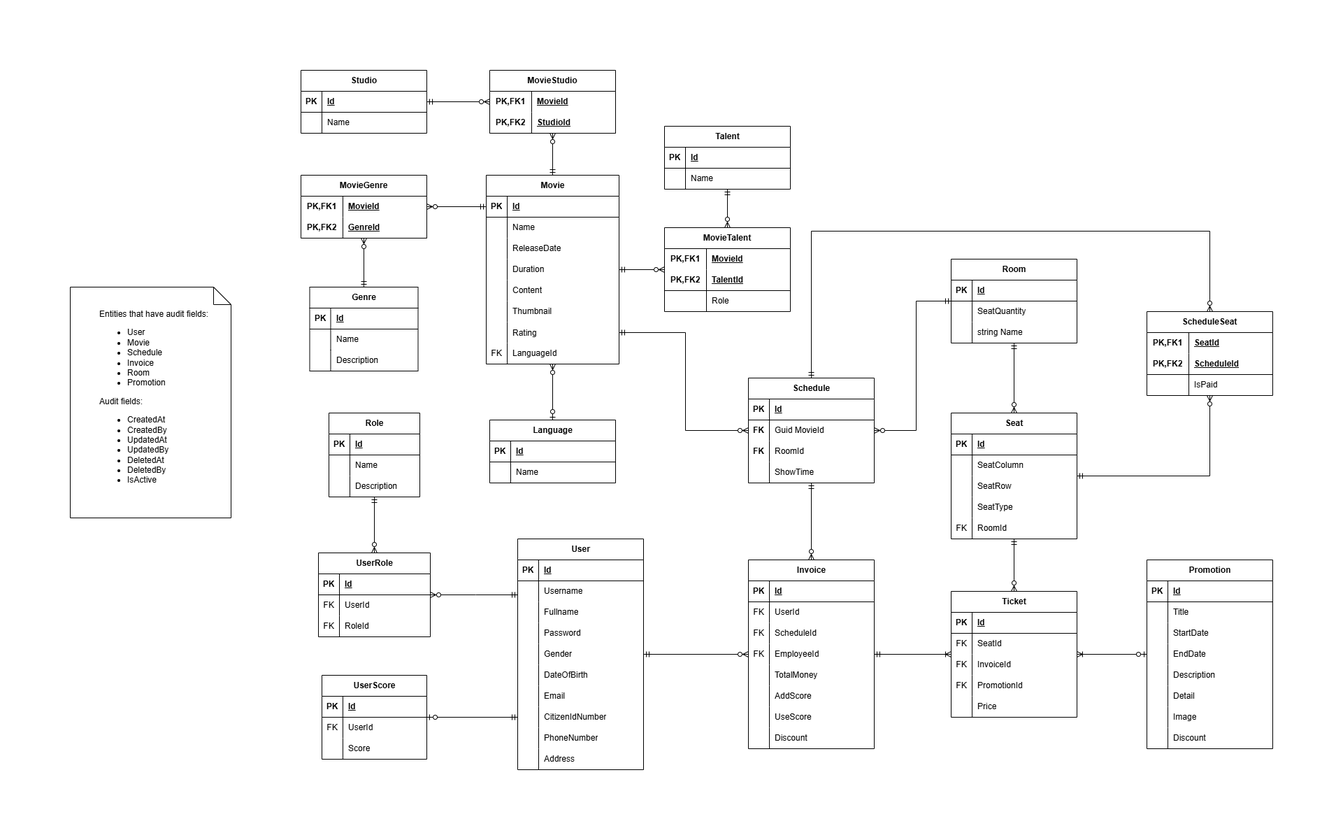
Above: design/database/ERD.png in MrAn1204/MovieManagementSystem (draw.io), before the change. Source tidied: cells renumbered, new cells last; positions are measured from the earlier drawing's top-left corner, leaving out a move shared by most shapes.
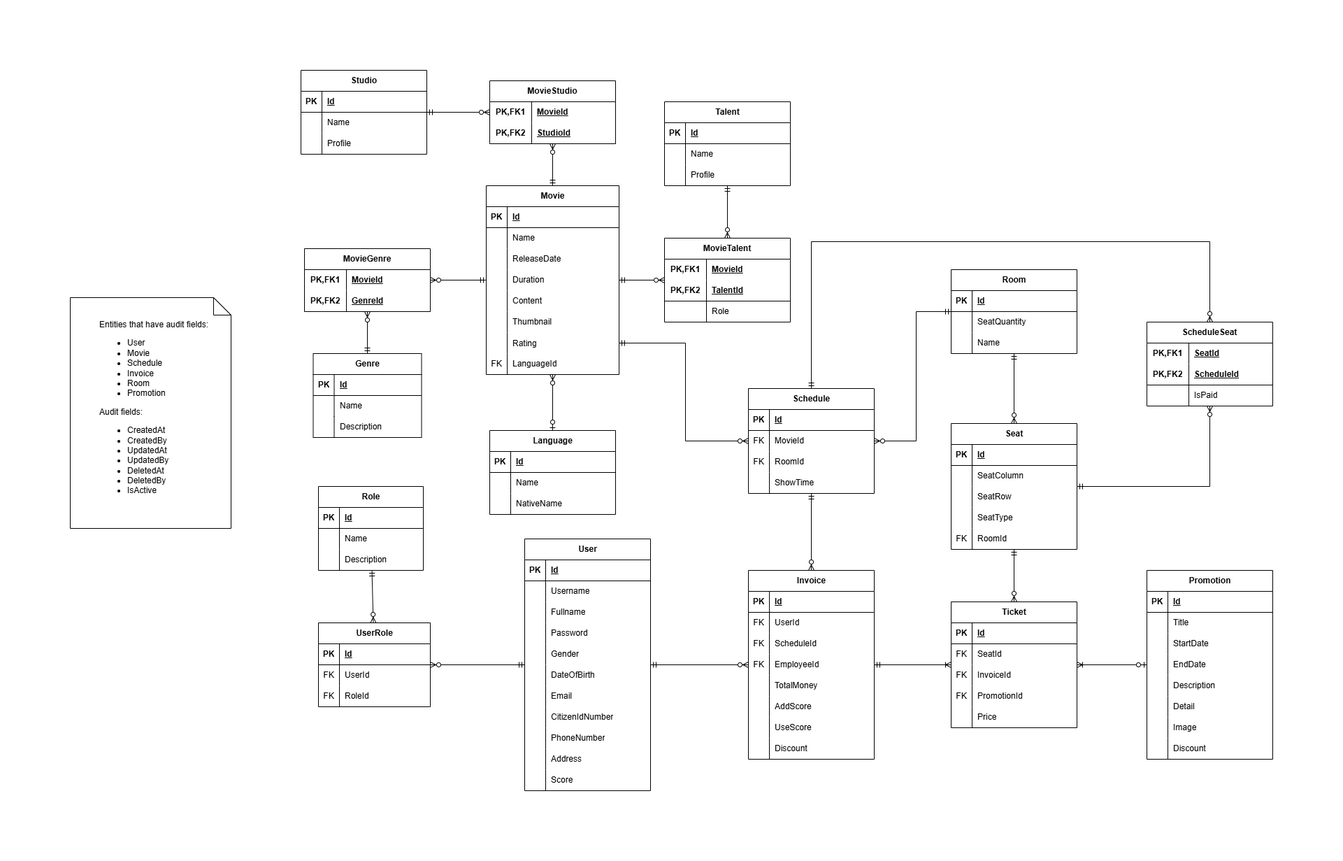
Later version of the same file.

Commit message:
Merge UserScore with User. Add NativeName to Language. Add Profile to Talent and Studio

Diff of the diagram source:
```diff
@@ -31,3 +31,3 @@
     </mxCell>
-    <mxCell id="11" value="string Name" style="shape=partialRectangle;fillColor=none;top=0;left=0;bottom=0;right=0;align=left;spacingLeft=6;overflow=hidden;whiteSpace=wrap;html=1;" parent="9" vertex="1">
+    <mxCell id="11" value="Name" style="shape=partialRectangle;fillColor=none;top=0;left=0;bottom=0;right=0;align=left;spacingLeft=6;overflow=hidden;whiteSpace=wrap;html=1;" parent="9" vertex="1">
       <mxGeometry x="30" width="150" height="30" as="geometry" />
@@ -35,3 +35,3 @@
     <mxCell id="12" value="User" style="shape=table;startSize=30;rowLines=0;fontStyle=1;align=center;html=1;" parent="1" vertex="1">
-      <mxGeometry x="640" y="670" width="180" height="330" as="geometry" />
+      <mxGeometry x="650" y="655" width="180" height="360" as="geometry" />
     </mxCell>
@@ -127,2 +127,11 @@
     </mxCell>
+    <mxCell id="107" style="shape=tableRow;horizontal=0;startSize=0;swimlaneHead=0;swimlaneBody=0;fillColor=none;top=0;left=0;right=0;bottom=0;" parent="12" vertex="1">
+      <mxGeometry y="330" width="180" height="30" as="geometry" />
+    </mxCell>
+    <mxCell id="108" style="shape=partialRectangle;fillColor=none;top=0;left=0;bottom=0;right=0;overflow=hidden;whiteSpace=wrap;html=1;" parent="107" vertex="1">
+      <mxGeometry width="30" height="30" as="geometry" />
+    </mxCell>
+    <mxCell id="109" value="Score" style="shape=partialRectangle;fillColor=none;top=0;left=0;bottom=0;right=0;align=left;spacingLeft=6;overflow=hidden;whiteSpace=wrap;html=1;" parent="107" vertex="1">
+      <mxGeometry x="30" width="150" height="30" as="geometry" />
+    </mxCell>
     <mxCell id="43" value="Seat" style="shape=table;startSize=30;rowLines=0;fontStyle=1;align=center;html=1;" parent="1" vertex="1">
@@ -298,37 +307,7 @@
     </mxCell>
-    <mxCell id="100" value="UserScore" style="shape=table;startSize=30;rowLines=0;fontStyle=1;align=center;html=1;" parent="1" vertex="1">
-      <mxGeometry x="360" y="865" width="150" height="120" as="geometry" />
-    </mxCell>
-    <mxCell id="101" style="shape=tableRow;horizontal=0;startSize=0;swimlaneHead=0;swimlaneBody=0;fillColor=none;top=0;left=0;right=0;bottom=1;" parent="100" vertex="1">
-      <mxGeometry y="30" width="150" height="30" as="geometry" />
-    </mxCell>
-    <mxCell id="102" value="PK" style="shape=partialRectangle;fillColor=none;top=0;left=0;bottom=0;right=0;fontStyle=1;overflow=hidden;whiteSpace=wrap;html=1;" parent="101" vertex="1">
-      <mxGeometry width="30" height="30" as="geometry" />
-    </mxCell>
-    <mxCell id="103" value="Id" style="shape=partialRectangle;fillColor=none;top=0;left=0;bottom=0;right=0;align=left;spacingLeft=6;fontStyle=5;overflow=hidden;whiteSpace=wrap;html=1;" parent="101" vertex="1">
-      <mxGeometry x="30" width="120" height="30" as="geometry" />
-    </mxCell>
-    <mxCell id="104" style="shape=tableRow;horizontal=0;startSize=0;swimlaneHead=0;swimlaneBody=0;fillColor=none;top=0;left=0;right=0;bottom=0;" parent="100" vertex="1">
-      <mxGeometry y="60" width="150" height="30" as="geometry" />
-    </mxCell>
-    <mxCell id="105" value="FK" style="shape=partialRectangle;fillColor=none;top=0;left=0;bottom=0;right=0;overflow=hidden;whiteSpace=wrap;html=1;" parent="104" vertex="1">
-      <mxGeometry width="30" height="30" as="geometry" />
-    </mxCell>
-    <mxCell id="106" value="UserId" style="shape=partialRectangle;fillColor=none;top=0;left=0;bottom=0;right=0;align=left;spacingLeft=6;overflow=hidden;whiteSpace=wrap;html=1;" parent="104" vertex="1">
-      <mxGeometry x="30" width="120" height="30" as="geometry" />
-    </mxCell>
-    <mxCell id="107" style="shape=tableRow;horizontal=0;startSize=0;swimlaneHead=0;swimlaneBody=0;fillColor=none;top=0;left=0;right=0;bottom=0;" parent="100" vertex="1">
-      <mxGeometry y="90" width="150" height="30" as="geometry" />
-    </mxCell>
-    <mxCell id="108" style="shape=partialRectangle;fillColor=none;top=0;left=0;bottom=0;right=0;overflow=hidden;whiteSpace=wrap;html=1;" parent="107" vertex="1">
-      <mxGeometry width="30" height="30" as="geometry" />
-    </mxCell>
-    <mxCell id="109" value="Score" style="shape=partialRectangle;fillColor=none;top=0;left=0;bottom=0;right=0;align=left;spacingLeft=6;overflow=hidden;whiteSpace=wrap;html=1;" parent="107" vertex="1">
-      <mxGeometry x="30" width="120" height="30" as="geometry" />
-    </mxCell>
     <mxCell id="110" value="Role" style="shape=table;startSize=30;rowLines=0;fontStyle=1;align=center;html=1;" parent="1" vertex="1">
-      <mxGeometry x="370" y="490" width="130" height="120" as="geometry" />
+      <mxGeometry x="355" y="580" width="150" height="120" as="geometry" />
     </mxCell>
     <mxCell id="111" style="shape=tableRow;horizontal=0;startSize=0;swimlaneHead=0;swimlaneBody=0;fillColor=none;top=0;left=0;right=0;bottom=1;" parent="110" vertex="1">
-      <mxGeometry y="30" width="130" height="30" as="geometry" />
+      <mxGeometry y="30" width="150" height="30" as="geometry" />
     </mxCell>
@@ -338,6 +317,6 @@
     <mxCell id="113" value="Id" style="shape=partialRectangle;fillColor=none;top=0;left=0;bottom=0;right=0;align=left;spacingLeft=6;fontStyle=5;overflow=hidden;whiteSpace=wrap;html=1;" parent="111" vertex="1">
-      <mxGeometry x="30" width="100" height="30" as="geometry" />
+      <mxGeometry x="30" width="120" height="30" as="geometry" />
     </mxCell>
     <mxCell id="114" style="shape=tableRow;horizontal=0;startSize=0;swimlaneHead=0;swimlaneBody=0;fillColor=none;top=0;left=0;right=0;bottom=0;" parent="110" vertex="1">
-      <mxGeometry y="60" width="130" height="30" as="geometry" />
+      <mxGeometry y="60" width="150" height="30" as="geometry" />
     </mxCell>
@@ -347,6 +326,6 @@
     <mxCell id="116" value="Name" style="shape=partialRectangle;fillColor=none;top=0;left=0;bottom=0;right=0;align=left;spacingLeft=6;overflow=hidden;whiteSpace=wrap;html=1;" parent="114" vertex="1">
-      <mxGeometry x="30" width="100" height="30" as="geometry" />
+      <mxGeometry x="30" width="120" height="30" as="geometry" />
     </mxCell>
     <mxCell id="117" style="shape=tableRow;horizontal=0;startSize=0;swimlaneHead=0;swimlaneBody=0;fillColor=none;top=0;left=0;right=0;bottom=0;" parent="110" vertex="1">
-      <mxGeometry y="90" width="130" height="30" as="geometry" />
+      <mxGeometry y="90" width="150" height="30" as="geometry" />
     </mxCell>
@@ -356,3 +335,3 @@
     <mxCell id="119" value="Description" style="shape=partialRectangle;fillColor=none;top=0;left=0;bottom=0;right=0;align=left;spacingLeft=6;overflow=hidden;whiteSpace=wrap;html=1;" parent="117" vertex="1">
-      <mxGeometry x="30" width="100" height="30" as="geometry" />
+      <mxGeometry x="30" width="120" height="30" as="geometry" />
     </mxCell>
@@ -445,3 +424,3 @@
     <mxCell id="147" value="UserRole" style="shape=table;startSize=30;rowLines=0;fontStyle=1;align=center;html=1;" parent="1" vertex="1">
-      <mxGeometry x="355" y="690" width="160" height="120" as="geometry" />
+      <mxGeometry x="355" y="775" width="160" height="120" as="geometry" />
     </mxCell>
@@ -474,11 +453,4 @@
     </mxCell>
-    <mxCell id="157" style="rounded=0;jettySize=auto;html=1;endArrow=ERmandOne;endFill=0;startArrow=ERzeroToOne;startFill=0;entryX=0;entryY=0.5;entryDx=0;entryDy=0;" parent="1" edge="1" source="100" target="34">
-      <mxGeometry relative="1" as="geometry" />
-    </mxCell>
-    <mxCell id="158" style="edgeStyle=elbowEdgeStyle;rounded=0;jettySize=auto;html=1;startArrow=ERmandOne;startFill=0;endArrow=ERzeroToMany;endFill=0;elbow=vertical;" parent="1" edge="1" source="12" target="147">
-      <mxGeometry relative="1" as="geometry">
-        <Array as="points">
-          <mxPoint x="580" y="750" />
-        </Array>
-      </mxGeometry>
+    <mxCell id="158" style="rounded=0;jettySize=auto;html=1;startArrow=ERmandOne;startFill=0;endArrow=ERzeroToMany;endFill=0;elbow=vertical;" parent="1" edge="1" source="12" target="147">
+      <mxGeometry relative="1" as="geometry" />
     </mxCell>
@@ -583,3 +555,3 @@
     <mxCell id="190" value="Genre" style="shape=table;startSize=30;rowLines=0;fontStyle=1;align=center;html=1;" parent="1" vertex="1">
-      <mxGeometry x="342.5" y="310" width="155" height="120" as="geometry" />
+      <mxGeometry x="347.5" y="390" width="155" height="120" as="geometry" />
     </mxCell>
@@ -615,3 +587,3 @@
     </mxCell>
-    <mxCell id="201" style="rounded=0;jettySize=auto;html=1;endArrow=ERmandOne;endFill=0;startArrow=ERzeroToMany;startFill=0;" parent="1" edge="1" source="229" target="122">
+    <mxCell id="201" style="rounded=0;jettySize=auto;html=1;endArrow=ERmandOne;endFill=0;startArrow=ERzeroToMany;startFill=0;" parent="1" edge="1" source="229" target="121">
       <mxGeometry relative="1" as="geometry" />
@@ -625,6 +597,6 @@
     <mxCell id="204" value="PK" style="shape=partialRectangle;fillColor=none;top=0;left=0;bottom=0;right=0;fontStyle=1;overflow=hidden;whiteSpace=wrap;html=1;" parent="203" vertex="1">
-      <mxGeometry width="30" height="30" as="geometry" />
+      <mxGeometry width="20" height="30" as="geometry" />
     </mxCell>
     <mxCell id="205" value="Id" style="shape=partialRectangle;fillColor=none;top=0;left=0;bottom=0;right=0;align=left;spacingLeft=6;fontStyle=5;overflow=hidden;whiteSpace=wrap;html=1;" parent="203" vertex="1">
-      <mxGeometry x="30" width="150" height="30" as="geometry" />
+      <mxGeometry x="20" width="160" height="30" as="geometry" />
     </mxCell>
@@ -633,7 +605,7 @@
     </mxCell>
-    <mxCell id="207" value="&lt;b&gt;FK&lt;/b&gt;" style="shape=partialRectangle;fillColor=none;top=0;left=0;bottom=0;right=0;overflow=hidden;whiteSpace=wrap;html=1;" parent="206" vertex="1">
-      <mxGeometry width="30" height="30" as="geometry" />
+    <mxCell id="207" value="&lt;span&gt;FK&lt;/span&gt;" style="shape=partialRectangle;fillColor=none;top=0;left=0;bottom=0;right=0;overflow=hidden;whiteSpace=wrap;html=1;fontStyle=0;" parent="206" vertex="1">
+      <mxGeometry width="20" height="30" as="geometry" />
     </mxCell>
-    <mxCell id="208" value="Guid MovieId" style="shape=partialRectangle;fillColor=none;top=0;left=0;bottom=0;right=0;align=left;spacingLeft=6;overflow=hidden;whiteSpace=wrap;html=1;" parent="206" vertex="1">
-      <mxGeometry x="30" width="150" height="30" as="geometry" />
+    <mxCell id="208" value="MovieId" style="shape=partialRectangle;fillColor=none;top=0;left=0;bottom=0;right=0;align=left;spacingLeft=6;overflow=hidden;whiteSpace=wrap;html=1;" parent="206" vertex="1">
+      <mxGeometry x="20" width="160" height="30" as="geometry" />
     </mxCell>
@@ -642,7 +614,7 @@
     </mxCell>
-    <mxCell id="210" value="&lt;b&gt;FK&lt;/b&gt;" style="shape=partialRectangle;fillColor=none;top=0;left=0;bottom=0;right=0;overflow=hidden;whiteSpace=wrap;html=1;" parent="209" vertex="1">
-      <mxGeometry width="30" height="30" as="geometry" />
+    <mxCell id="210" value="&lt;span&gt;FK&lt;/span&gt;" style="shape=partialRectangle;fillColor=none;top=0;left=0;bottom=0;right=0;overflow=hidden;whiteSpace=wrap;html=1;fontStyle=0;" parent="209" vertex="1">
+      <mxGeometry width="20" height="30" as="geometry" />
     </mxCell>
     <mxCell id="211" value="RoomId" style="shape=partialRectangle;fillColor=none;top=0;left=0;bottom=0;right=0;align=left;spacingLeft=6;overflow=hidden;whiteSpace=wrap;html=1;" parent="209" vertex="1">
-      <mxGeometry x="30" width="150" height="30" as="geometry" />
+      <mxGeometry x="20" width="160" height="30" as="geometry" />
     </mxCell>
@@ -652,6 +624,6 @@
     <mxCell id="213" style="shape=partialRectangle;fillColor=none;top=0;left=0;bottom=0;right=0;overflow=hidden;whiteSpace=wrap;html=1;" parent="212" vertex="1">
-      <mxGeometry width="30" height="30" as="geometry" />
+      <mxGeometry width="20" height="30" as="geometry" />
     </mxCell>
     <mxCell id="214" value="ShowTime" style="shape=partialRectangle;fillColor=none;top=0;left=0;bottom=0;right=0;align=left;spacingLeft=6;overflow=hidden;whiteSpace=wrap;html=1;" parent="212" vertex="1">
-      <mxGeometry x="30" width="150" height="30" as="geometry" />
+      <mxGeometry x="20" width="160" height="30" as="geometry" />
     </mxCell>
@@ -705,3 +677,3 @@
     <mxCell id="229" value="&lt;span style=&quot;text-wrap-mode: nowrap;&quot;&gt;MovieGenre&lt;/span&gt;" style="shape=table;startSize=30;rowLines=0;fontStyle=1;align=center;html=1;whiteSpace=wrap;" parent="1" vertex="1">
-      <mxGeometry x="330" y="150" width="180" height="90" as="geometry" />
+      <mxGeometry x="335" y="240" width="180" height="90" as="geometry" />
     </mxCell>
@@ -726,3 +698,3 @@
     <mxCell id="236" value="Talent" style="shape=table;startSize=30;rowLines=0;fontStyle=1;align=center;html=1;" parent="1" vertex="1">
-      <mxGeometry x="850" y="80" width="180" height="90" as="geometry" />
+      <mxGeometry x="850" y="30" width="180" height="120" as="geometry" />
     </mxCell>
@@ -746,4 +718,13 @@
     </mxCell>
+    <mxCell id="279" style="shape=tableRow;horizontal=0;startSize=0;swimlaneHead=0;swimlaneBody=0;fillColor=none;top=0;left=0;right=0;bottom=0;" parent="236" vertex="1">
+      <mxGeometry y="90" width="180" height="30" as="geometry" />
+    </mxCell>
+    <mxCell id="280" style="shape=partialRectangle;fillColor=none;top=0;left=0;bottom=0;right=0;overflow=hidden;whiteSpace=wrap;html=1;" parent="279" vertex="1">
+      <mxGeometry width="30" height="30" as="geometry" />
+    </mxCell>
+    <mxCell id="281" value="Profile" style="shape=partialRectangle;fillColor=none;top=0;left=0;bottom=0;right=0;align=left;spacingLeft=6;overflow=hidden;whiteSpace=wrap;html=1;" parent="279" vertex="1">
+      <mxGeometry x="30" width="150" height="30" as="geometry" />
+    </mxCell>
     <mxCell id="243" value="Language" style="shape=table;startSize=30;rowLines=0;fontStyle=1;align=center;html=1;" parent="1" vertex="1">
-      <mxGeometry x="600" y="500" width="180" height="90" as="geometry" />
+      <mxGeometry x="600" y="500" width="180" height="120" as="geometry" />
     </mxCell>
@@ -767,2 +748,11 @@
     </mxCell>
+    <mxCell id="282" style="shape=tableRow;horizontal=0;startSize=0;swimlaneHead=0;swimlaneBody=0;fillColor=none;top=0;left=0;right=0;bottom=0;" parent="243" vertex="1">
+      <mxGeometry y="90" width="180" height="30" as="geometry" />
+    </mxCell>
+    <mxCell id="283" style="shape=partialRectangle;fillColor=none;top=0;left=0;bottom=0;right=0;overflow=hidden;whiteSpace=wrap;html=1;" parent="282" vertex="1">
+      <mxGeometry width="30" height="30" as="geometry" />
+    </mxCell>
+    <mxCell id="284" value="NativeName" style="shape=partialRectangle;fillColor=none;top=0;left=0;bottom=0;right=0;align=left;spacingLeft=6;overflow=hidden;whiteSpace=wrap;html=1;" parent="282" vertex="1">
+      <mxGeometry x="30" width="150" height="30" as="geometry" />
+    </mxCell>
     <mxCell id="250" style="fontSize=12;html=1;endArrow=ERzeroToMany;startArrow=ERmandOne;rounded=0;strokeColor=default;endFill=0;" parent="1" edge="1" source="236" target="252">
@@ -804,3 +794,3 @@
     <mxCell id="262" value="Studio" style="shape=table;startSize=30;rowLines=0;fontStyle=1;align=center;html=1;" parent="1" vertex="1">
-      <mxGeometry x="330" width="180" height="90" as="geometry" />
+      <mxGeometry x="330" y="-15" width="180" height="120" as="geometry" />
     </mxCell>
@@ -824,2 +814,11 @@
     </mxCell>
+    <mxCell id="285" style="shape=tableRow;horizontal=0;startSize=0;swimlaneHead=0;swimlaneBody=0;fillColor=none;top=0;left=0;right=0;bottom=0;" parent="262" vertex="1">
+      <mxGeometry y="90" width="180" height="30" as="geometry" />
+    </mxCell>
+    <mxCell id="286" style="shape=partialRectangle;fillColor=none;top=0;left=0;bottom=0;right=0;overflow=hidden;whiteSpace=wrap;html=1;" parent="285" vertex="1">
+      <mxGeometry width="30" height="30" as="geometry" />
+    </mxCell>
+    <mxCell id="287" value="Profile" style="shape=partialRectangle;fillColor=none;top=0;left=0;bottom=0;right=0;align=left;spacingLeft=6;overflow=hidden;whiteSpace=wrap;html=1;" parent="285" vertex="1">
+      <mxGeometry x="30" width="150" height="30" as="geometry" />
+    </mxCell>
     <mxCell id="269" style="fontSize=12;html=1;endArrow=ERzeroToMany;startArrow=ERmandOne;rounded=0;strokeColor=default;endFill=0;" parent="1" edge="1" source="121" target="271">
```
